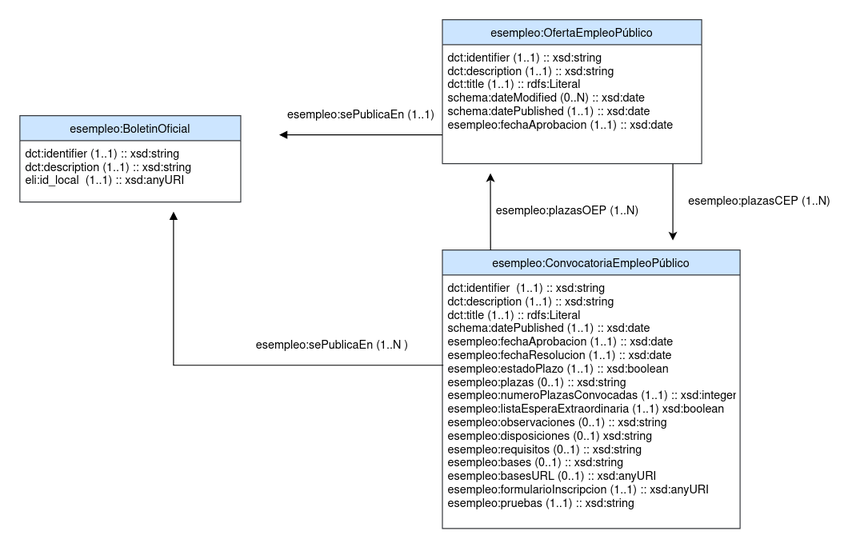
Earlier version of the draw.io export docs/resources/images/esempleo-3clases.png (opencitydata/vocab-sector-publico-empleo). Source tidied: cells renumbered, new cells last; positions are measured from the earlier drawing's top-left corner, leaving out a move shared by most shapes.
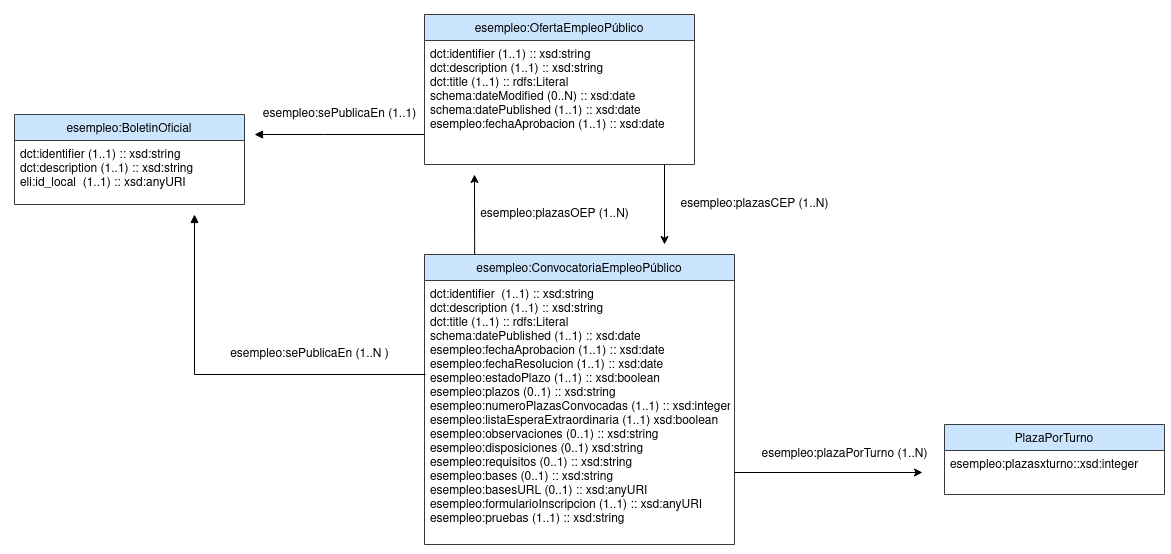
The same file after the commit.

The edit, as a diff of the source:
```diff
@@ -5,7 +5,7 @@
     <mxCell id="2" value="esempleo:ConvocatoriaEmpleoPúblico&#10;" style="swimlane;fontStyle=0;align=center;verticalAlign=top;horizontal=1;startSize=26;rounded=0;shadow=0;strokeWidth=1;fillColor=#cce5ff;strokeColor=#36393d;" parent="1" vertex="1">
       <mxGeometry x="440" y="240" width="310" height="290" as="geometry" />
     </mxCell>
-    <mxCell id="3" value="dct:identifier  (1..1) :: xsd:string&#10;dct:description (1..1) :: xsd:string&#10;dct:title (1..1) :: rdfs:Literal&#10;schema:datePublished (1..1) :: xsd:date&#10;esempleo:fechaAprobacion (1..1) :: xsd:date&#10;esempleo:fechaResolucion (1..1) :: xsd:date&#10;esempleo:estadoPlazo (1..1) :: xsd:boolean&#10;esempleo:plazas (0..1) :: xsd:string&#10;esempleo:numeroPlazasConvocadas (1..1) :: xsd:integer&#10;esempleo:listaEsperaExtraordinaria (1..1) xsd:boolean&#10;esempleo:observaciones (0..1) :: xsd:string&#10;esempleo:disposiciones (0..1) xsd:string&#10;esempleo:requisitos (0..1) :: xsd:string&#10;esempleo:bases (0..1) :: xsd:string&#10;esempleo:basesURL (0..1) :: xsd:anyURI&#10;esempleo:formularioInscripcion (1..1) :: xsd:anyURI&#10;esempleo:pruebas (1..1) :: xsd:string&#10;&#10;&#10;&#10;&#10;&#10;&#10;&#10;&#10;&#10;" style="text;align=left;verticalAlign=top;spacingLeft=4;spacingRight=4;overflow=hidden;" parent="2" vertex="1">
+    <mxCell id="3" value="dct:identifier  (1..1) :: xsd:string&#10;dct:description (1..1) :: xsd:string&#10;dct:title (1..1) :: rdfs:Literal&#10;schema:datePublished (1..1) :: xsd:date&#10;esempleo:fechaAprobacion (1..1) :: xsd:date&#10;esempleo:fechaResolucion (1..1) :: xsd:date&#10;esempleo:estadoPlazo (1..1) :: xsd:boolean&#10;esempleo:plazos (0..1) :: xsd:string&#10;esempleo:numeroPlazasConvocadas (1..1) :: xsd:integer&#10;esempleo:listaEsperaExtraordinaria (1..1) xsd:boolean&#10;esempleo:observaciones (0..1) :: xsd:string&#10;esempleo:disposiciones (0..1) xsd:string&#10;esempleo:requisitos (0..1) :: xsd:string&#10;esempleo:bases (0..1) :: xsd:string&#10;esempleo:basesURL (0..1) :: xsd:anyURI&#10;esempleo:formularioInscripcion (1..1) :: xsd:anyURI&#10;esempleo:pruebas (1..1) :: xsd:string&#10;&#10;&#10;&#10;&#10;&#10;&#10;&#10;&#10;&#10;" style="text;align=left;verticalAlign=top;spacingLeft=4;spacingRight=4;overflow=hidden;" parent="2" vertex="1">
       <mxGeometry y="26" width="310" height="264" as="geometry" />
     </mxCell>
     <mxCell id="4" style="edgeStyle=orthogonalEdgeStyle;rounded=0;orthogonalLoop=1;jettySize=auto;html=1;exitX=0.065;exitY=0;exitDx=0;exitDy=0;exitPerimeter=0;" parent="1" edge="1">
@@ -21,51 +21,66 @@
     <mxCell id="5" value="esempleo:plazasOEP (1..N)" style="text;html=1;align=center;verticalAlign=middle;" parent="1" vertex="1">
       <mxGeometry x="490" y="190" width="160" height="20" as="geometry" />
     </mxCell>
-    <mxCell id="6" style="endArrow=classic;html=1;" parent="1" edge="1">
-      <mxGeometry relative="1" as="geometry">
-        <mxPoint x="680" y="150" as="sourcePoint" />
-        <mxPoint x="680" y="230" as="targetPoint" />
-      </mxGeometry>
+    <mxCell id="6" value="&lt;div&gt;esempleo:plazaPorTurno (1..N)&lt;br&gt;&lt;/div&gt;" style="text;html=1;align=center;verticalAlign=middle;" parent="1" vertex="1">
+      <mxGeometry x="770" y="430" width="180" height="20" as="geometry" />
     </mxCell>
-    <mxCell id="7" value="esempleo:plazasCEP (1..N)" style="text;html=1;align=center;verticalAlign=middle;" parent="1" vertex="1">
-      <mxGeometry x="690" y="180" width="160" height="20" as="geometry" />
+    <mxCell id="7" style="edgeStyle=orthogonalEdgeStyle;rounded=0;orthogonalLoop=1;jettySize=auto;html=1;" parent="1" edge="1">
+      <mxGeometry relative="1" as="geometry">
+        <mxPoint x="750" y="458" as="sourcePoint" />
+        <mxPoint x="938" y="458" as="targetPoint" />
+      </mxGeometry>
     </mxCell>
-    <mxCell id="8" value="esempleo:OfertaEmpleoPúblico" style="swimlane;fontStyle=0;align=center;verticalAlign=top;horizontal=1;startSize=26;rounded=0;shadow=0;strokeWidth=1;fillColor=#cce5ff;strokeColor=#36393d;" parent="1" vertex="1">
-      <mxGeometry x="440" width="270" height="150" as="geometry" />
+    <mxCell id="8" style="endArrow=classic;html=1;" parent="1" edge="1">
+      <mxGeometry relative="1" as="geometry">
+        <mxPoint x="680" y="150" as="sourcePoint" />
+        <mxPoint x="680" y="230" as="targetPoint" />
+      </mxGeometry>
     </mxCell>
-    <mxCell id="9" value="dct:identifier (1..1) :: xsd:string&#10;dct:description (1..1) :: xsd:string&#10;dct:title (1..1) :: rdfs:Literal&#10;schema:dateModified (0..N) :: xsd:date&#10;schema:datePublished (1..1) :: xsd:date&#10;esempleo:fechaAprobacion (1..1) :: xsd:date&#10;&#10;&#10;&#10;&#10;&#10;&#10;" style="text;align=left;verticalAlign=top;spacingLeft=4;spacingRight=4;overflow=hidden;" parent="8" vertex="1">
-      <mxGeometry y="26" width="270" height="94" as="geometry" />
+    <mxCell id="9" value="esempleo:plazasCEP (1..N)" style="text;html=1;align=center;verticalAlign=middle;" parent="1" vertex="1">
+      <mxGeometry x="690" y="180" width="160" height="20" as="geometry" />
     </mxCell>
-    <mxCell id="10" style="edgeStyle=orthogonalEdgeStyle;rounded=0;orthogonalLoop=1;jettySize=auto;html=1;endArrow=block;endFill=1;" parent="1" edge="1">
-      <mxGeometry relative="1" as="geometry">
-        <mxPoint x="441" y="360" as="sourcePoint" />
-        <mxPoint x="160" y="200" as="targetPoint" />
-        <Array as="points">
-          <mxPoint x="160" y="360" />
-        </Array>
-      </mxGeometry>
+    <mxCell id="10" value="esempleo:OfertaEmpleoPúblico" style="swimlane;fontStyle=0;align=center;verticalAlign=top;horizontal=1;startSize=26;rounded=0;shadow=0;strokeWidth=1;fillColor=#cce5ff;strokeColor=#36393d;" parent="1" vertex="1">
+      <mxGeometry x="440" width="270" height="150" as="geometry" />
     </mxCell>
-    <mxCell id="11" style="edgeStyle=orthogonalEdgeStyle;rounded=0;orthogonalLoop=1;jettySize=auto;html=1;endArrow=block;endFill=1;" parent="1" edge="1">
-      <mxGeometry relative="1" as="geometry">
-        <mxPoint x="440" y="120" as="sourcePoint" />
-        <mxPoint x="270" y="120" as="targetPoint" />
-        <Array as="points">
-          <mxPoint x="340" y="120" />
-          <mxPoint x="340" y="120" />
-        </Array>
-      </mxGeometry>
+    <mxCell id="11" value="dct:identifier (1..1) :: xsd:string&#10;dct:description (1..1) :: xsd:string&#10;dct:title (1..1) :: rdfs:Literal&#10;schema:dateModified (0..N) :: xsd:date&#10;schema:datePublished (1..1) :: xsd:date&#10;esempleo:fechaAprobacion (1..1) :: xsd:date&#10;&#10;&#10;&#10;&#10;&#10;&#10;" style="text;align=left;verticalAlign=top;spacingLeft=4;spacingRight=4;overflow=hidden;" parent="10" vertex="1">
+      <mxGeometry y="26" width="270" height="94" as="geometry" />
     </mxCell>
-    <mxCell id="12" value="esempleo:BoletinOficial" style="swimlane;fontStyle=0;align=center;verticalAlign=top;horizontal=1;startSize=26;rounded=0;shadow=0;strokeWidth=1;fillColor=#cce5ff;strokeColor=#36393d;" parent="1" vertex="1">
-      <mxGeometry y="100" width="230" height="90" as="geometry" />
+    <mxCell id="12" value="PlazaPorTurno" style="swimlane;fontStyle=0;align=center;verticalAlign=top;horizontal=1;startSize=26;rounded=0;shadow=0;strokeWidth=1;fillColor=#cce5ff;strokeColor=#36393d;" parent="1" vertex="1">
+      <mxGeometry x="960" y="410" width="220" height="70" as="geometry" />
     </mxCell>
-    <mxCell id="13" value="dct:identifier (1..1) :: xsd:string&#10;dct:description (1..1) :: xsd:string&#10;eli:id_local  (1..1) :: xsd:anyURI&#10;" style="text;align=left;verticalAlign=top;spacingLeft=4;spacingRight=4;overflow=hidden;" parent="12" vertex="1">
-      <mxGeometry y="26" width="230" height="64" as="geometry" />
+    <mxCell id="13" value="esempleo:plazasxturno::xsd:integer" style="text;align=left;verticalAlign=top;spacingLeft=4;spacingRight=4;overflow=hidden;" parent="12" vertex="1">
+      <mxGeometry y="26" width="220" height="44" as="geometry" />
     </mxCell>
-    <mxCell id="14" value="esempleo:sePublicaEn (1..1)" style="text;html=1;align=center;verticalAlign=middle;" parent="1" vertex="1">
-      <mxGeometry x="270" y="90" width="170" height="20" as="geometry" />
+    <mxCell id="14" style="edgeStyle=orthogonalEdgeStyle;rounded=0;orthogonalLoop=1;jettySize=auto;html=1;endArrow=block;endFill=1;" parent="1" edge="1">
+      <mxGeometry relative="1" as="geometry">
+        <mxPoint x="441" y="360" as="sourcePoint" />
+        <mxPoint x="210" y="200" as="targetPoint" />
+        <Array as="points">
+          <mxPoint x="210" y="360" />
+        </Array>
+      </mxGeometry>
     </mxCell>
-    <mxCell id="15" value="esempleo:sePublicaEn (1..N )" style="text;html=1;align=center;verticalAlign=middle;" parent="1" vertex="1">
-      <mxGeometry x="240" y="330" width="170" height="20" as="geometry" />
+    <mxCell id="15" style="edgeStyle=orthogonalEdgeStyle;rounded=0;orthogonalLoop=1;jettySize=auto;html=1;endArrow=block;endFill=1;" parent="1" edge="1">
+      <mxGeometry relative="1" as="geometry">
+        <mxPoint x="440" y="120" as="sourcePoint" />
+        <mxPoint x="270" y="120" as="targetPoint" />
+        <Array as="points">
+          <mxPoint x="340" y="120" />
+          <mxPoint x="340" y="120" />
+        </Array>
+      </mxGeometry>
     </mxCell>
+    <mxCell id="16" value="esempleo:BoletinOficial" style="swimlane;fontStyle=0;align=center;verticalAlign=top;horizontal=1;startSize=26;rounded=0;shadow=0;strokeWidth=1;fillColor=#cce5ff;strokeColor=#36393d;" parent="1" vertex="1">
+      <mxGeometry x="30" y="100" width="230" height="90" as="geometry" />
+    </mxCell>
+    <mxCell id="17" value="dct:identifier (1..1) :: xsd:string&#10;dct:description (1..1) :: xsd:string&#10;eli:id_local  (1..1) :: xsd:anyURI&#10;" style="text;align=left;verticalAlign=top;spacingLeft=4;spacingRight=4;overflow=hidden;" parent="16" vertex="1">
+      <mxGeometry y="26" width="230" height="64" as="geometry" />
+    </mxCell>
+    <mxCell id="18" value="esempleo:sePublicaEn (1..1)" style="text;html=1;align=center;verticalAlign=middle;" parent="1" vertex="1">
+      <mxGeometry x="270" y="90" width="170" height="20" as="geometry" />
+    </mxCell>
+    <mxCell id="19" value="esempleo:sePublicaEn (1..N )" style="text;html=1;align=center;verticalAlign=middle;" parent="1" vertex="1">
+      <mxGeometry x="240" y="330" width="170" height="20" as="geometry" />
+    </mxCell>
   </root>
 </mxGraphModel>
```
